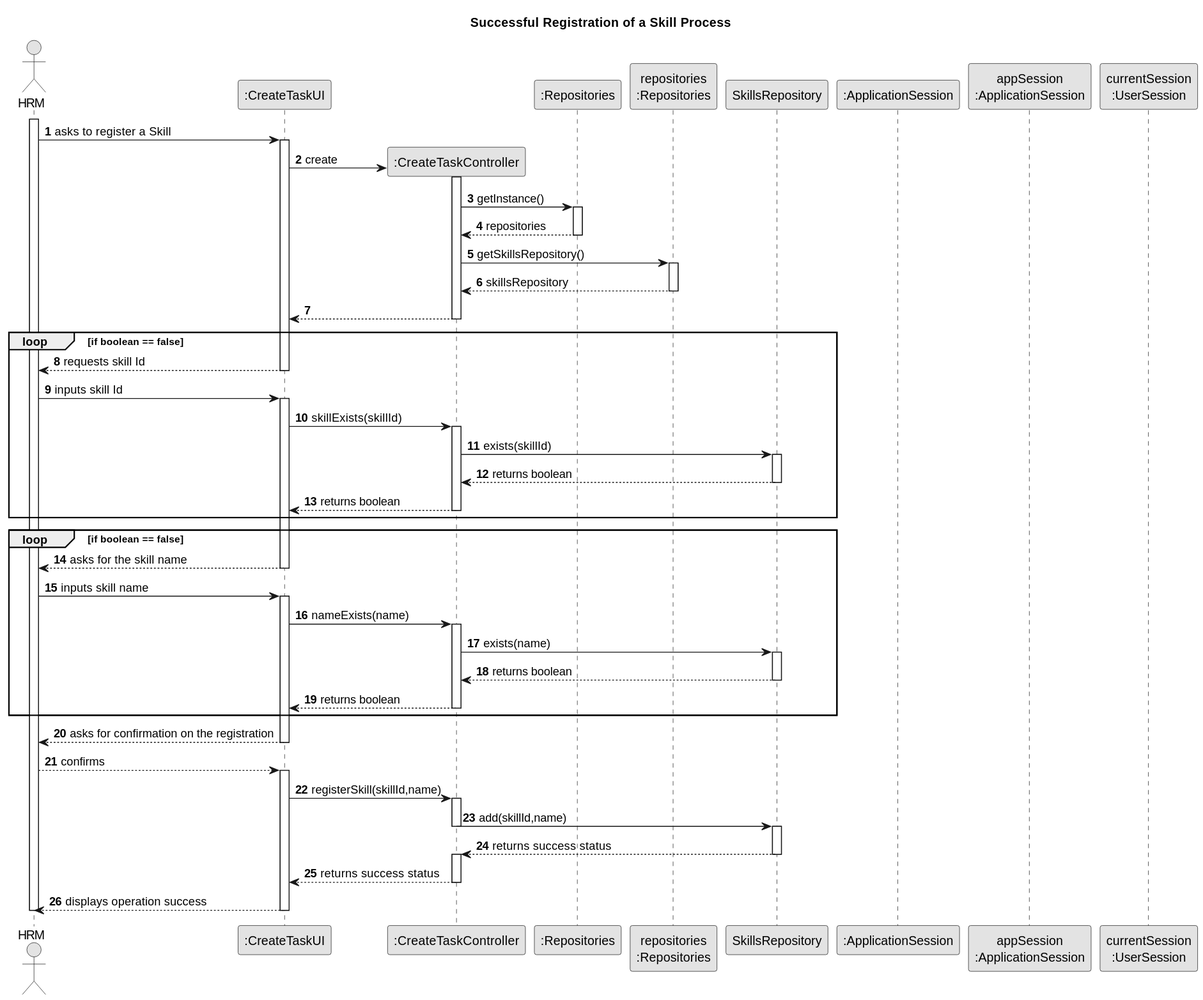
Above: docs/sprintC/us001/03.design/svg/us001-sequence-diagram-full-alt1.svg in rpedros02/lei-24-s2-1DL-g08 (PlantUML), before the change.
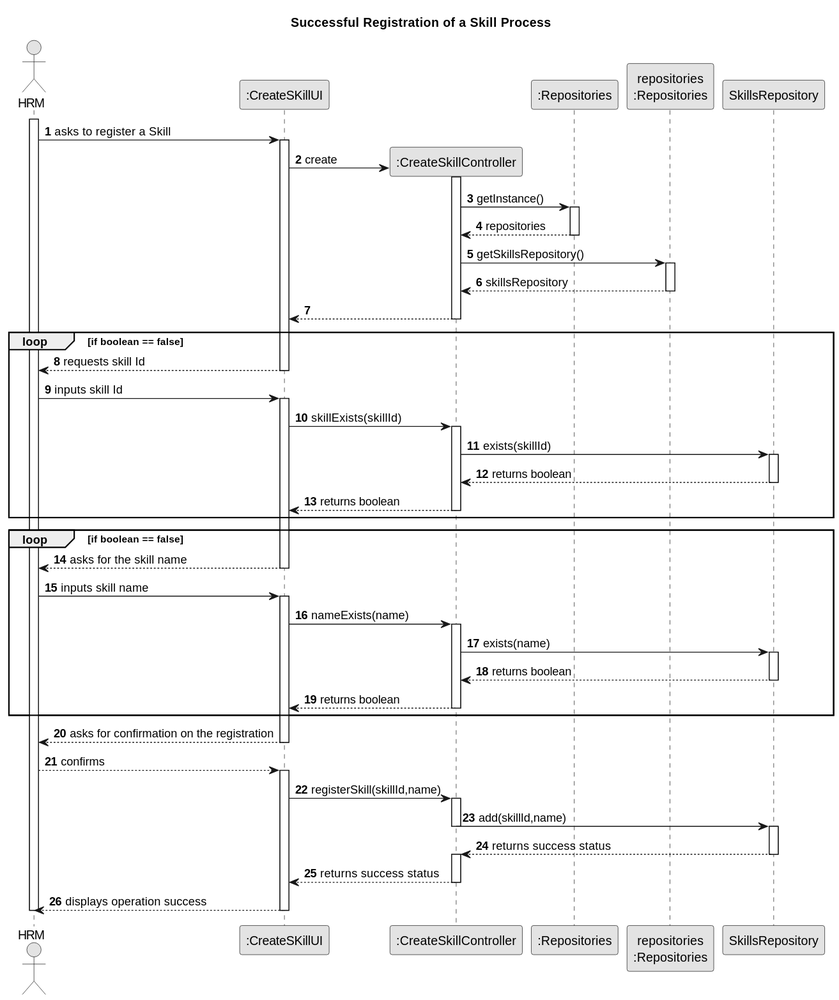
After the change.

Diff of the diagram source:
```diff
@@ -8,14 +8,12 @@
 autonumber
 
 actor "HRM" as ADM
-participant ":CreateTaskUI" as UI
-participant ":CreateTaskController" as CTRL
+participant ":CreateSKillUI" as UI
+participant ":CreateSkillController" as CTRL
 participant ":Repositories" as RepositorySingleton
 participant "repositories\n:Repositories" as PLAT
 participant "SkillsRepository" as REP
-participant ":ApplicationSession" as _APP
-participant "appSession\n:ApplicationSession" as APP
-participant "currentSession\n:UserSession" as SESSAO
+
 
 
 
```
